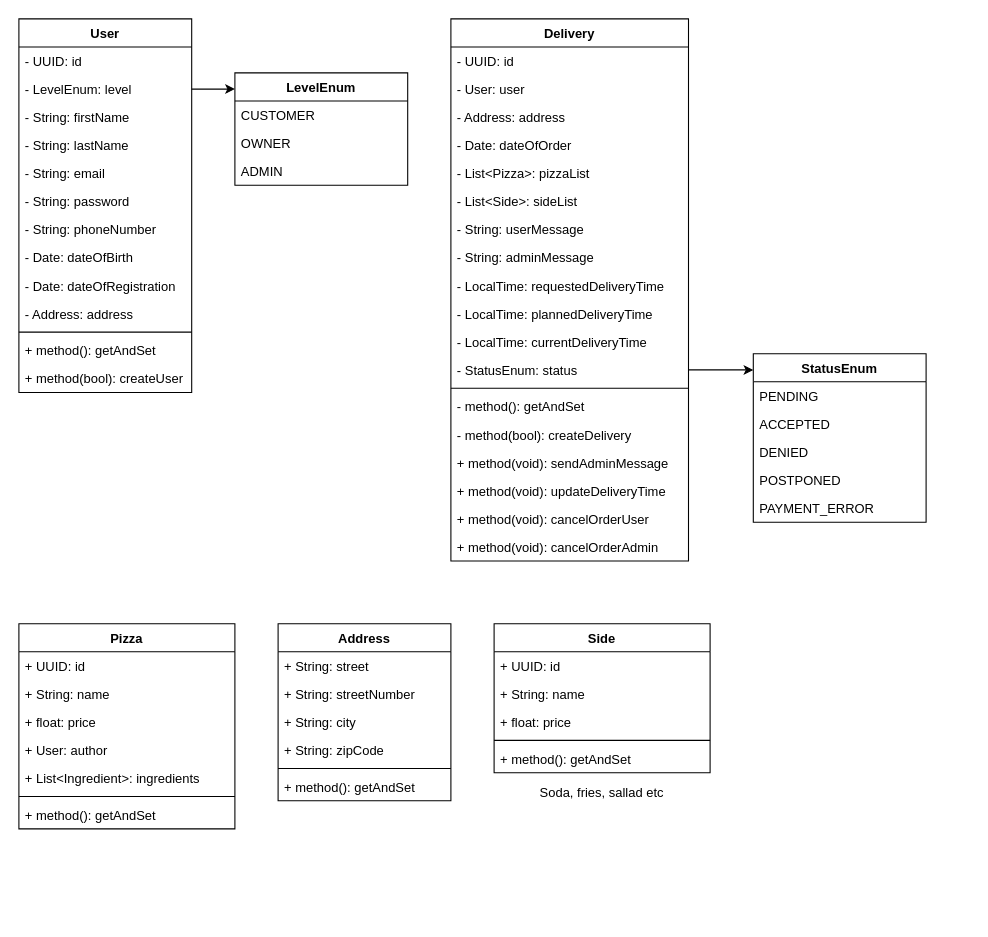
Above: Class Diagram.drawio in mariusfranzen/pizza_project (draw.io), before the change. Source tidied: cells renumbered, new cells numbered last; positions are measured from the earlier drawing's top-left corner, leaving out a move shared by most shapes. Both pictures are drawn from the tidied source at 108%, with x=0, y=0 at pixel (18, 18).
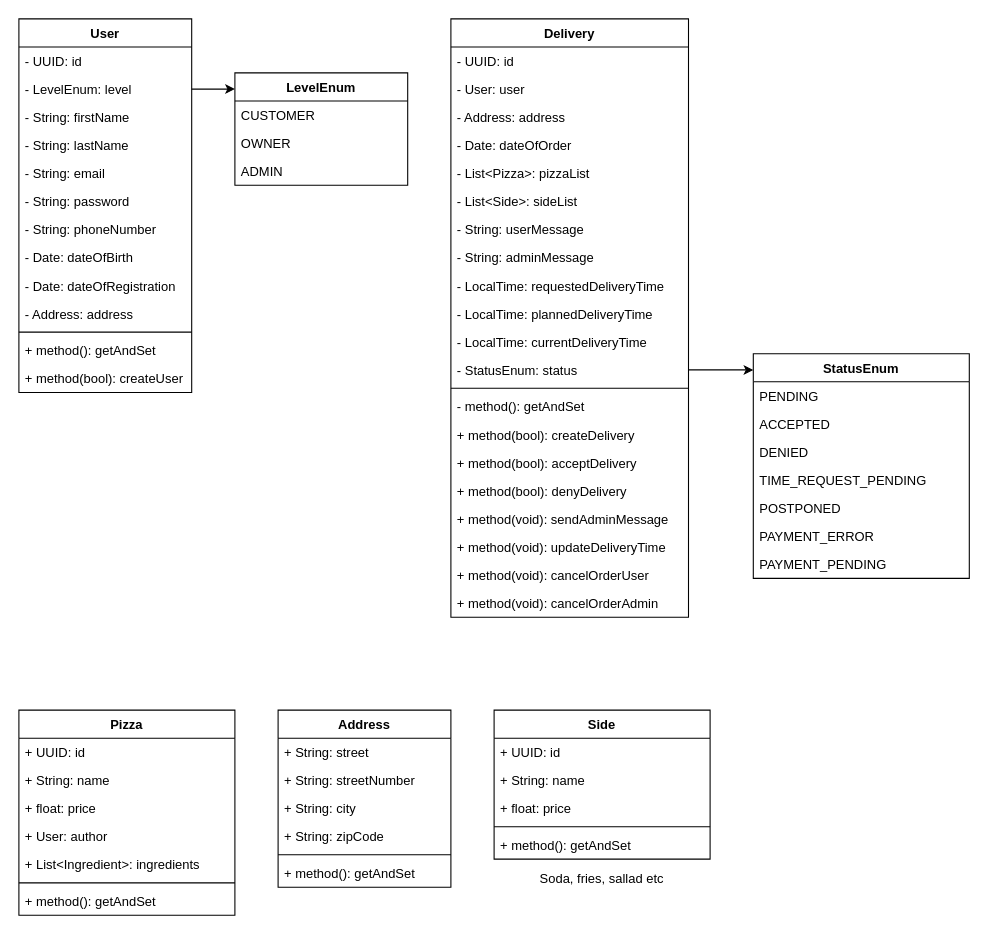
Above is the later version.

The edit, as a diff of the source:
```diff
@@
     <mxCell id="16" value="Pizza" style="swimlane;fontStyle=1;align=center;verticalAlign=top;horizontal=1;startSize=26;" parent="1" vertex="1">
-      <mxGeometry y="560" width="200" height="190" as="geometry" />
+      <mxGeometry y="640" width="200" height="190" as="geometry" />
     </mxCell>
@@
     <mxCell id="24" value="Address" style="swimlane;fontStyle=1;align=center;verticalAlign=top;horizontal=1;startSize=26;" parent="1" vertex="1">
-      <mxGeometry x="240" y="560" width="160" height="164" as="geometry" />
+      <mxGeometry x="240" y="640" width="160" height="164" as="geometry" />
     </mxCell>
@@
     <mxCell id="31" value="Delivery" style="swimlane;fontStyle=1;align=center;verticalAlign=top;horizontal=1;startSize=26;" parent="1" vertex="1">
-      <mxGeometry x="400" width="220" height="502" as="geometry" />
+      <mxGeometry x="400" width="220" height="554" as="geometry" />
     </mxCell>
@@
-    <mxCell id="46" value="- method(bool): createDelivery&#10;" style="text;strokeColor=none;fillColor=none;align=left;verticalAlign=top;spacingLeft=4;spacingRight=4;overflow=hidden;" parent="31" vertex="1">
+    <mxCell id="46" value="+ method(bool): createDelivery&#10;" style="text;strokeColor=none;fillColor=none;align=left;verticalAlign=top;spacingLeft=4;spacingRight=4;overflow=hidden;" parent="31" vertex="1">
       <mxGeometry y="372" width="220" height="26" as="geometry" />
     </mxCell>
+    <mxCell id="70" value="+ method(bool): acceptDelivery&#10;" style="text;strokeColor=none;fillColor=none;align=left;verticalAlign=top;spacingLeft=4;spacingRight=4;overflow=hidden;" parent="31" vertex="1">
+      <mxGeometry y="398" width="220" height="26" as="geometry" />
+    </mxCell>
+    <mxCell id="71" value="+ method(bool): denyDelivery&#10;" style="text;strokeColor=none;fillColor=none;align=left;verticalAlign=top;spacingLeft=4;spacingRight=4;overflow=hidden;" parent="31" vertex="1">
+      <mxGeometry y="424" width="220" height="26" as="geometry" />
+    </mxCell>
     <mxCell id="47" value="+ method(void): sendAdminMessage" style="text;strokeColor=none;fillColor=none;align=left;verticalAlign=top;spacingLeft=4;spacingRight=4;overflow=hidden;" parent="31" vertex="1">
-      <mxGeometry y="398" width="220" height="26" as="geometry" />
+      <mxGeometry y="450" width="220" height="26" as="geometry" />
     </mxCell>
     <mxCell id="48" value="+ method(void): updateDeliveryTime" style="text;strokeColor=none;fillColor=none;align=left;verticalAlign=top;spacingLeft=4;spacingRight=4;overflow=hidden;" parent="31" vertex="1">
-      <mxGeometry y="424" width="220" height="26" as="geometry" />
+      <mxGeometry y="476" width="220" height="26" as="geometry" />
     </mxCell>
     <mxCell id="49" value="+ method(void): cancelOrderUser" style="text;strokeColor=none;fillColor=none;align=left;verticalAlign=top;spacingLeft=4;spacingRight=4;overflow=hidden;" parent="31" vertex="1">
-      <mxGeometry y="450" width="220" height="26" as="geometry" />
+      <mxGeometry y="502" width="220" height="26" as="geometry" />
     </mxCell>
     <mxCell id="50" value="+ method(void): cancelOrderAdmin" style="text;strokeColor=none;fillColor=none;align=left;verticalAlign=top;spacingLeft=4;spacingRight=4;overflow=hidden;" parent="31" vertex="1">
-      <mxGeometry y="476" width="220" height="26" as="geometry" />
+      <mxGeometry y="528" width="220" height="26" as="geometry" />
     </mxCell>
@@
     <mxCell id="57" value="StatusEnum" style="swimlane;fontStyle=1;align=center;verticalAlign=top;horizontal=1;startSize=26;" parent="1" vertex="1">
-      <mxGeometry x="680" y="310" width="160" height="156" as="geometry" />
+      <mxGeometry x="680" y="310" width="200" height="208" as="geometry" />
     </mxCell>
     <mxCell id="58" value="PENDING" style="text;strokeColor=none;fillColor=none;align=left;verticalAlign=top;spacingLeft=4;spacingRight=4;overflow=hidden;" parent="57" vertex="1">
-      <mxGeometry y="26" width="160" height="26" as="geometry" />
+      <mxGeometry y="26" width="200" height="26" as="geometry" />
     </mxCell>
     <mxCell id="59" value="ACCEPTED" style="text;strokeColor=none;fillColor=none;align=left;verticalAlign=top;spacingLeft=4;spacingRight=4;overflow=hidden;" parent="57" vertex="1">
-      <mxGeometry y="52" width="160" height="26" as="geometry" />
+      <mxGeometry y="52" width="200" height="26" as="geometry" />
     </mxCell>
     <mxCell id="60" value="DENIED" style="text;strokeColor=none;fillColor=none;align=left;verticalAlign=top;spacingLeft=4;spacingRight=4;overflow=hidden;" parent="57" vertex="1">
-      <mxGeometry y="78" width="160" height="26" as="geometry" />
+      <mxGeometry y="78" width="200" height="26" as="geometry" />
     </mxCell>
+    <mxCell id="72" value="TIME_REQUEST_PENDING" style="text;strokeColor=none;fillColor=none;align=left;verticalAlign=top;spacingLeft=4;spacingRight=4;overflow=hidden;" parent="57" vertex="1">
+      <mxGeometry y="104" width="200" height="26" as="geometry" />
+    </mxCell>
     <mxCell id="61" value="POSTPONED" style="text;strokeColor=none;fillColor=none;align=left;verticalAlign=top;spacingLeft=4;spacingRight=4;overflow=hidden;" parent="57" vertex="1">
-      <mxGeometry y="104" width="160" height="26" as="geometry" />
+      <mxGeometry y="130" width="200" height="26" as="geometry" />
     </mxCell>
     <mxCell id="62" value="PAYMENT_ERROR" style="text;strokeColor=none;fillColor=none;align=left;verticalAlign=top;spacingLeft=4;spacingRight=4;overflow=hidden;" parent="57" vertex="1">
-      <mxGeometry y="130" width="160" height="26" as="geometry" />
+      <mxGeometry y="156" width="200" height="26" as="geometry" />
     </mxCell>
+    <mxCell id="73" value="PAYMENT_PENDING" style="text;strokeColor=none;fillColor=none;align=left;verticalAlign=top;spacingLeft=4;spacingRight=4;overflow=hidden;" parent="57" vertex="1">
+      <mxGeometry y="182" width="200" height="26" as="geometry" />
+    </mxCell>
     <mxCell id="63" value="Side" style="swimlane;fontStyle=1;align=center;verticalAlign=top;horizontal=1;startSize=26;" parent="1" vertex="1">
-      <mxGeometry x="440" y="560" width="200" height="138" as="geometry" />
+      <mxGeometry x="440" y="640" width="200" height="138" as="geometry" />
     </mxCell>
@@
     <mxCell id="69" value="Soda, fries, sallad etc" style="text;html=1;strokeColor=none;fillColor=none;align=center;verticalAlign=middle;whiteSpace=wrap;rounded=0;" parent="1" vertex="1">
-      <mxGeometry x="440" y="684" width="200" height="66" as="geometry" />
+      <mxGeometry x="440" y="764" width="200" height="66" as="geometry" />
     </mxCell>
```
